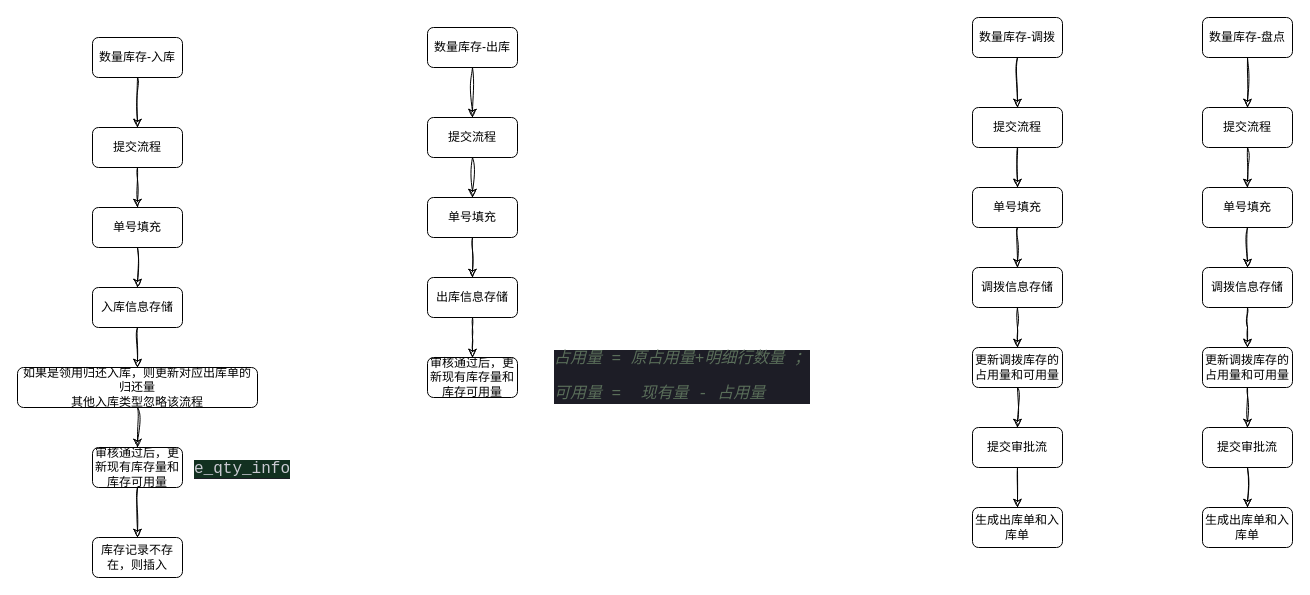
Earlier version of the draw.io diagram VAM-数量库存.drawio (S0Louis/drowio). Source tidied: cells renumbered, new cells numbered last; positions are measured from the earlier drawing's top-left corner, leaving out a move shared by most shapes. Both pictures are drawn from the tidied source at 100%, with x=0, y=0 at pixel (17, 17).
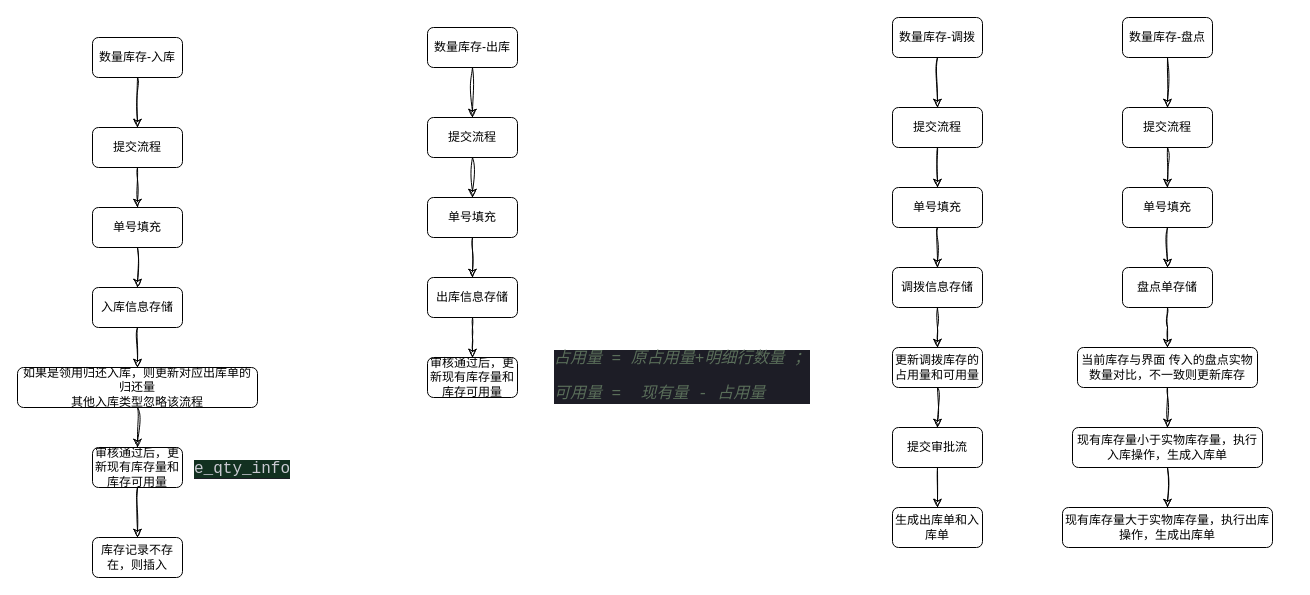
The same diagram, later.

Commit message:
更新VAM-数量库存.drawio

Diff of the diagram source:
```diff
@@
     <mxCell id="27" value="数量库存-调拨" style="rounded=1;whiteSpace=wrap;html=1;fontSize=12;glass=0;strokeWidth=1;shadow=0;" parent="1" vertex="1">
-      <mxGeometry x="955" width="90" height="40" as="geometry" />
+      <mxGeometry x="875" width="90" height="40" as="geometry" />
     </mxCell>
@@
     <mxCell id="29" value="提交流程" style="rounded=1;whiteSpace=wrap;html=1;fontSize=12;glass=0;strokeWidth=1;shadow=0;" parent="1" vertex="1">
-      <mxGeometry x="955" y="90" width="90" height="40" as="geometry" />
+      <mxGeometry x="875" y="90" width="90" height="40" as="geometry" />
     </mxCell>
@@
     <mxCell id="31" value="单号填充" style="rounded=1;whiteSpace=wrap;html=1;fontSize=12;glass=0;strokeWidth=1;shadow=0;" parent="1" vertex="1">
-      <mxGeometry x="955" y="170" width="90" height="40" as="geometry" />
+      <mxGeometry x="875" y="170" width="90" height="40" as="geometry" />
     </mxCell>
     <mxCell id="32" style="edgeStyle=orthogonalEdgeStyle;rounded=0;sketch=1;hachureGap=4;jiggle=2;curveFitting=1;jettySize=auto;html=1;fontFamily=Architects Daughter;" parent="1" edge="1" source="33">
       <mxGeometry relative="1" as="geometry">
-        <mxPoint x="1000" y="330" as="targetPoint" />
+        <mxPoint x="920" y="330" as="targetPoint" />
       </mxGeometry>
     </mxCell>
     <mxCell id="33" value="调拨信息存储" style="rounded=1;whiteSpace=wrap;html=1;fontSize=12;glass=0;strokeWidth=1;shadow=0;" parent="1" vertex="1">
-      <mxGeometry x="955" y="250" width="90" height="40" as="geometry" />
+      <mxGeometry x="875" y="250" width="90" height="40" as="geometry" />
     </mxCell>
@@
     <mxCell id="35" value="更新调拨库存的占用量和可用量" style="rounded=1;whiteSpace=wrap;html=1;fontSize=12;glass=0;strokeWidth=1;shadow=0;" parent="1" vertex="1">
-      <mxGeometry x="955" y="330" width="90" height="40" as="geometry" />
+      <mxGeometry x="875" y="330" width="90" height="40" as="geometry" />
     </mxCell>
@@
     <mxCell id="37" value="提交审批流" style="rounded=1;whiteSpace=wrap;html=1;fontSize=12;glass=0;strokeWidth=1;shadow=0;" parent="1" vertex="1">
-      <mxGeometry x="955" y="410" width="90" height="40" as="geometry" />
+      <mxGeometry x="875" y="410" width="90" height="40" as="geometry" />
     </mxCell>
     <mxCell id="38" value="生成出库单和入库单" style="rounded=1;whiteSpace=wrap;html=1;fontSize=12;glass=0;strokeWidth=1;shadow=0;" parent="1" vertex="1">
-      <mxGeometry x="955" y="490" width="90" height="40" as="geometry" />
+      <mxGeometry x="875" y="490" width="90" height="40" as="geometry" />
     </mxCell>
@@
     <mxCell id="40" value="数量库存-盘点" style="rounded=1;whiteSpace=wrap;html=1;fontSize=12;glass=0;strokeWidth=1;shadow=0;" parent="1" vertex="1">
-      <mxGeometry x="1185" width="90" height="40" as="geometry" />
+      <mxGeometry x="1105" width="90" height="40" as="geometry" />
     </mxCell>
@@
     <mxCell id="42" value="提交流程" style="rounded=1;whiteSpace=wrap;html=1;fontSize=12;glass=0;strokeWidth=1;shadow=0;" parent="1" vertex="1">
-      <mxGeometry x="1185" y="90" width="90" height="40" as="geometry" />
+      <mxGeometry x="1105" y="90" width="90" height="40" as="geometry" />
     </mxCell>
@@
     <mxCell id="44" value="单号填充" style="rounded=1;whiteSpace=wrap;html=1;fontSize=12;glass=0;strokeWidth=1;shadow=0;" parent="1" vertex="1">
-      <mxGeometry x="1185" y="170" width="90" height="40" as="geometry" />
+      <mxGeometry x="1105" y="170" width="90" height="40" as="geometry" />
     </mxCell>
     <mxCell id="45" style="edgeStyle=orthogonalEdgeStyle;rounded=0;sketch=1;hachureGap=4;jiggle=2;curveFitting=1;jettySize=auto;html=1;fontFamily=Architects Daughter;" parent="1" edge="1" source="46">
       <mxGeometry relative="1" as="geometry">
-        <mxPoint x="1230" y="330" as="targetPoint" />
+        <mxPoint x="1150" y="330" as="targetPoint" />
       </mxGeometry>
     </mxCell>
-    <mxCell id="46" value="调拨信息存储" style="rounded=1;whiteSpace=wrap;html=1;fontSize=12;glass=0;strokeWidth=1;shadow=0;" parent="1" vertex="1">
-      <mxGeometry x="1185" y="250" width="90" height="40" as="geometry" />
+    <mxCell id="46" value="盘点单存储" style="rounded=1;whiteSpace=wrap;html=1;fontSize=12;glass=0;strokeWidth=1;shadow=0;" parent="1" vertex="1">
+      <mxGeometry x="1105" y="250" width="90" height="40" as="geometry" />
     </mxCell>
@@
-    <mxCell id="48" value="更新调拨库存的占用量和可用量" style="rounded=1;whiteSpace=wrap;html=1;fontSize=12;glass=0;strokeWidth=1;shadow=0;" parent="1" vertex="1">
-      <mxGeometry x="1185" y="330" width="90" height="40" as="geometry" />
+    <mxCell id="48" value="当前库存与界面 传入的盘点实物数量对比，不一致则更新库存" style="rounded=1;whiteSpace=wrap;html=1;fontSize=12;glass=0;strokeWidth=1;shadow=0;" parent="1" vertex="1">
+      <mxGeometry x="1060" y="330" width="180" height="40" as="geometry" />
     </mxCell>
@@
-    <mxCell id="50" value="提交审批流" style="rounded=1;whiteSpace=wrap;html=1;fontSize=12;glass=0;strokeWidth=1;shadow=0;" parent="1" vertex="1">
-      <mxGeometry x="1185" y="410" width="90" height="40" as="geometry" />
+    <mxCell id="50" value="现有库存量小于实物库存量，执行入库操作，生成入库单" style="rounded=1;whiteSpace=wrap;html=1;fontSize=12;glass=0;strokeWidth=1;shadow=0;" parent="1" vertex="1">
+      <mxGeometry x="1055" y="410" width="190" height="40" as="geometry" />
     </mxCell>
-    <mxCell id="51" value="生成出库单和入库单" style="rounded=1;whiteSpace=wrap;html=1;fontSize=12;glass=0;strokeWidth=1;shadow=0;" parent="1" vertex="1">
-      <mxGeometry x="1185" y="490" width="90" height="40" as="geometry" />
+    <mxCell id="51" value="现有库存量大于实物库存量，执行出库操作，生成出库单" style="rounded=1;whiteSpace=wrap;html=1;fontSize=12;glass=0;strokeWidth=1;shadow=0;" parent="1" vertex="1">
+      <mxGeometry x="1045" y="490" width="210" height="40" as="geometry" />
     </mxCell>
```
